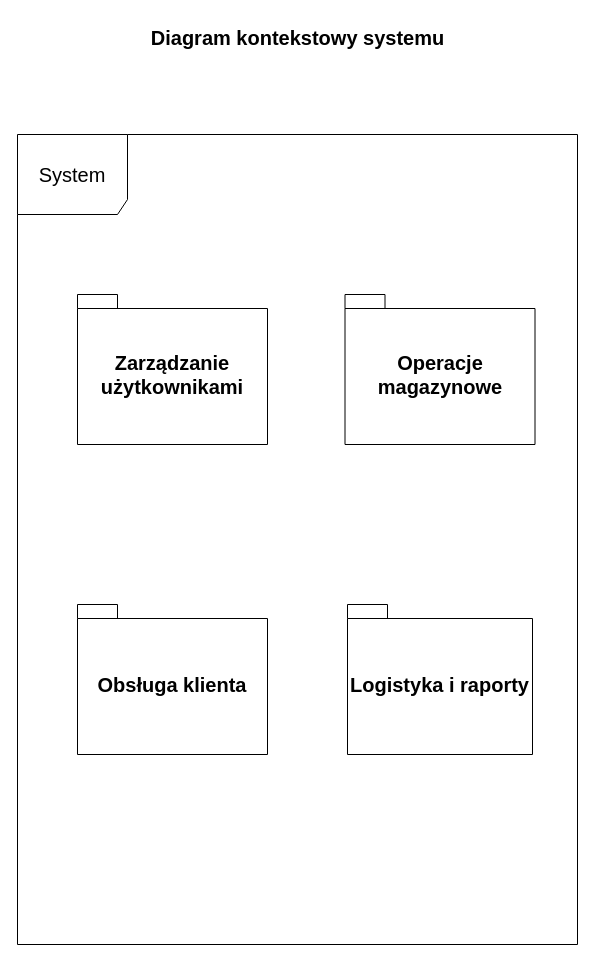
Before: diagramy/PrzypadkiUzycia/DiagramKontekstowy.drawio in kacperMa25/In-ynieriaOprogramowania, a draw.io diagram. Source tidied: cells renumbered, new cells numbered last; positions are measured from the earlier drawing's top-left corner, leaving out a move shared by most shapes. Both pictures are drawn from the tidied source at 100%, with x=0, y=0 at pixel (17, 17).
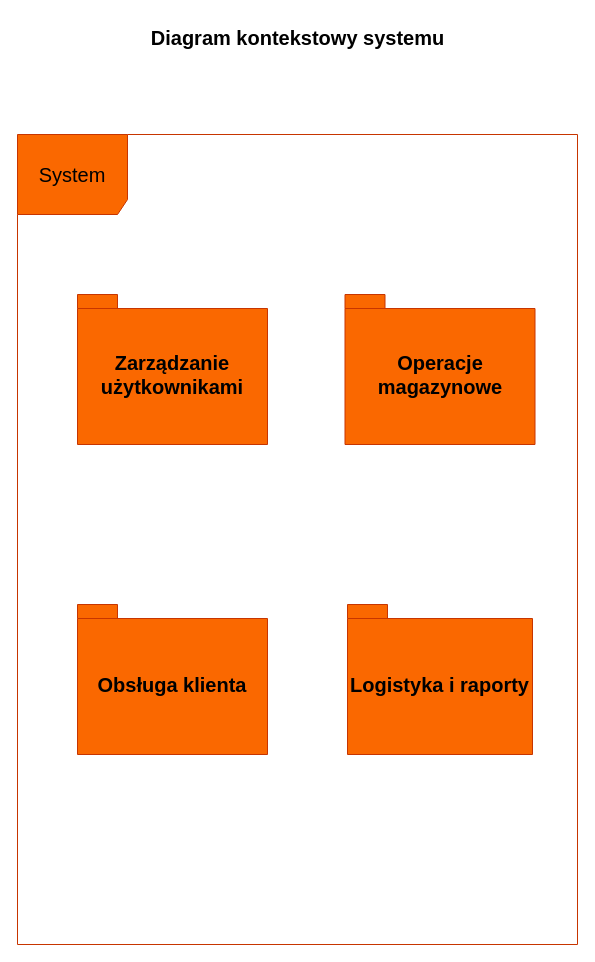
The same diagram, later.

Change to the diagram source:
```diff
@@
 <mxGraphModel>
   <root>
     <mxCell id="0" />
     <mxCell id="1" parent="0" />
-    <mxCell id="2" value="&lt;font style=&quot;font-size: 20px;&quot;&gt;System&lt;/font&gt;" style="shape=umlFrame;whiteSpace=wrap;html=1;width=110;height=80;" parent="1" vertex="1">
+    <mxCell id="2" value="&lt;font style=&quot;font-size: 20px;&quot;&gt;System&lt;/font&gt;" style="shape=umlFrame;whiteSpace=wrap;html=1;width=110;height=80;fillColor=#fa6800;fontColor=#000000;strokeColor=#C73500;" parent="1" vertex="1">
       <mxGeometry y="117" width="560" height="810" as="geometry" />
     </mxCell>
-    <mxCell id="3" value="&lt;font style=&quot;font-size: 20px;&quot;&gt;Zarządzanie użytkownikami&lt;/font&gt;" style="shape=folder;fontStyle=1;spacingTop=10;tabWidth=40;tabHeight=14;tabPosition=left;html=1;whiteSpace=wrap;" parent="1" vertex="1">
+    <mxCell id="3" value="&lt;font style=&quot;font-size: 20px;&quot;&gt;Zarządzanie użytkownikami&lt;/font&gt;" style="shape=folder;fontStyle=1;spacingTop=10;tabWidth=40;tabHeight=14;tabPosition=left;html=1;whiteSpace=wrap;fillColor=#fa6800;fontColor=#000000;strokeColor=#C73500;" parent="1" vertex="1">
       <mxGeometry x="60" y="277" width="190" height="150" as="geometry" />
     </mxCell>
-    <mxCell id="4" value="&lt;font style=&quot;font-size: 20px;&quot;&gt;Operacje magazynowe&lt;/font&gt;" style="shape=folder;fontStyle=1;spacingTop=10;tabWidth=40;tabHeight=14;tabPosition=left;html=1;whiteSpace=wrap;" parent="1" vertex="1">
+    <mxCell id="4" value="&lt;font style=&quot;font-size: 20px;&quot;&gt;Operacje magazynowe&lt;/font&gt;" style="shape=folder;fontStyle=1;spacingTop=10;tabWidth=40;tabHeight=14;tabPosition=left;html=1;whiteSpace=wrap;fillColor=#fa6800;fontColor=#000000;strokeColor=#C73500;" parent="1" vertex="1">
       <mxGeometry x="327.5" y="277" width="190" height="150" as="geometry" />
     </mxCell>
-    <mxCell id="5" value="&lt;font style=&quot;font-size: 20px;&quot;&gt;Logistyka i raporty&lt;/font&gt;" style="shape=folder;fontStyle=1;spacingTop=10;tabWidth=40;tabHeight=14;tabPosition=left;html=1;whiteSpace=wrap;" parent="1" vertex="1">
+    <mxCell id="5" value="&lt;font style=&quot;font-size: 20px;&quot;&gt;Logistyka i raporty&lt;/font&gt;" style="shape=folder;fontStyle=1;spacingTop=10;tabWidth=40;tabHeight=14;tabPosition=left;html=1;whiteSpace=wrap;fillColor=#fa6800;fontColor=#000000;strokeColor=#C73500;" parent="1" vertex="1">
       <mxGeometry x="330" y="587" width="185" height="150" as="geometry" />
     </mxCell>
-    <mxCell id="6" value="&lt;font style=&quot;font-size: 20px;&quot;&gt;Obsługa klienta&lt;/font&gt;" style="shape=folder;fontStyle=1;spacingTop=10;tabWidth=40;tabHeight=14;tabPosition=left;html=1;whiteSpace=wrap;" parent="1" vertex="1">
+    <mxCell id="6" value="&lt;font style=&quot;font-size: 20px;&quot;&gt;Obsługa klienta&lt;/font&gt;" style="shape=folder;fontStyle=1;spacingTop=10;tabWidth=40;tabHeight=14;tabPosition=left;html=1;whiteSpace=wrap;fillColor=#fa6800;fontColor=#000000;strokeColor=#C73500;" parent="1" vertex="1">
       <mxGeometry x="60" y="587" width="190" height="150" as="geometry" />
     </mxCell>
     <mxCell id="7" value="&lt;font style=&quot;font-size: 20px;&quot;&gt;&lt;b&gt;Diagram kontekstowy systemu&lt;/b&gt;&lt;/font&gt;" style="text;html=1;align=center;verticalAlign=middle;strokeColor=none;fillColor=none;" parent="1" vertex="1">
       <mxGeometry x="120" width="320" height="40" as="geometry" />
     </mxCell>
   </root>
 </mxGraphModel>
```
